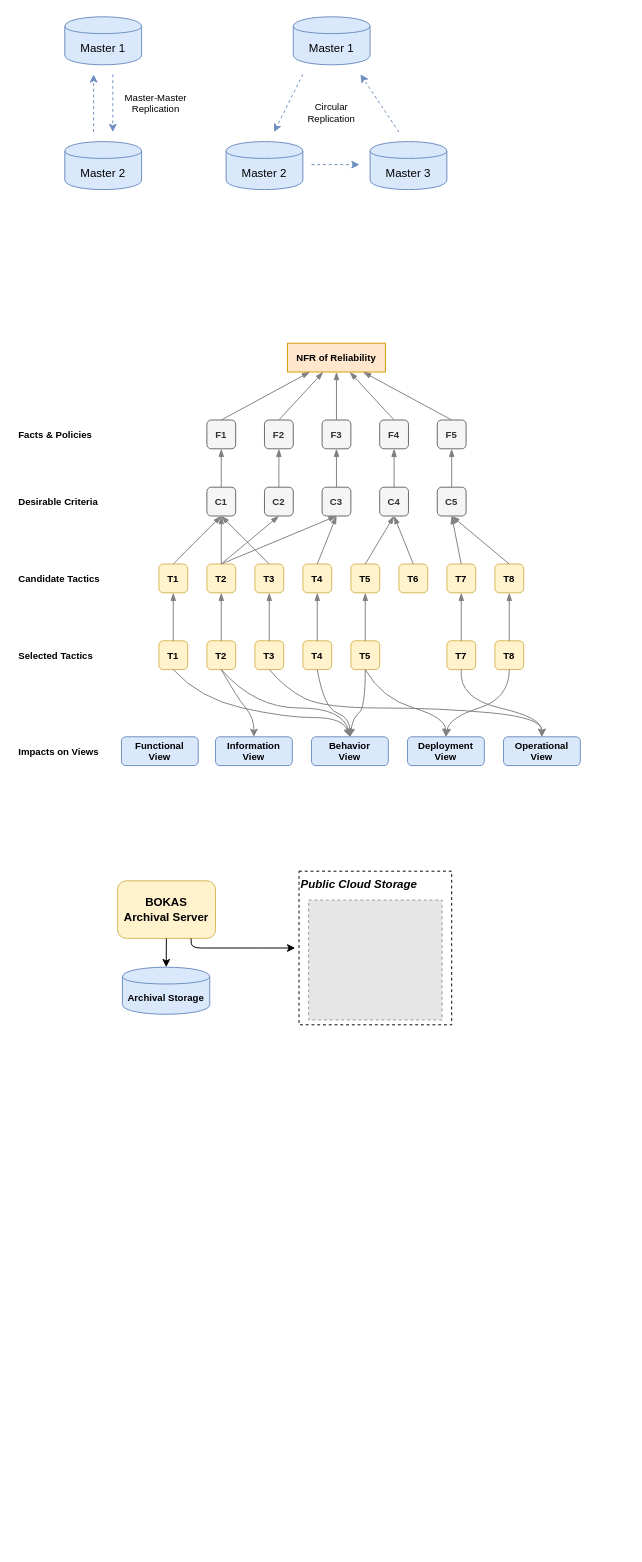
Before: page "NFR1" (11 of 11) of BOKAS.drawio in sungtaek/docs, a draw.io diagram. Source tidied: cells renumbered, new cells numbered last; positions are measured from the earlier drawing's top-left corner, leaving out a move shared by most shapes. Both pictures are drawn from the tidied source at 96%, with x=0, y=0 at pixel (16, 16). Pictures stored in the file or linked from it are replaced by grey dashed boxes.
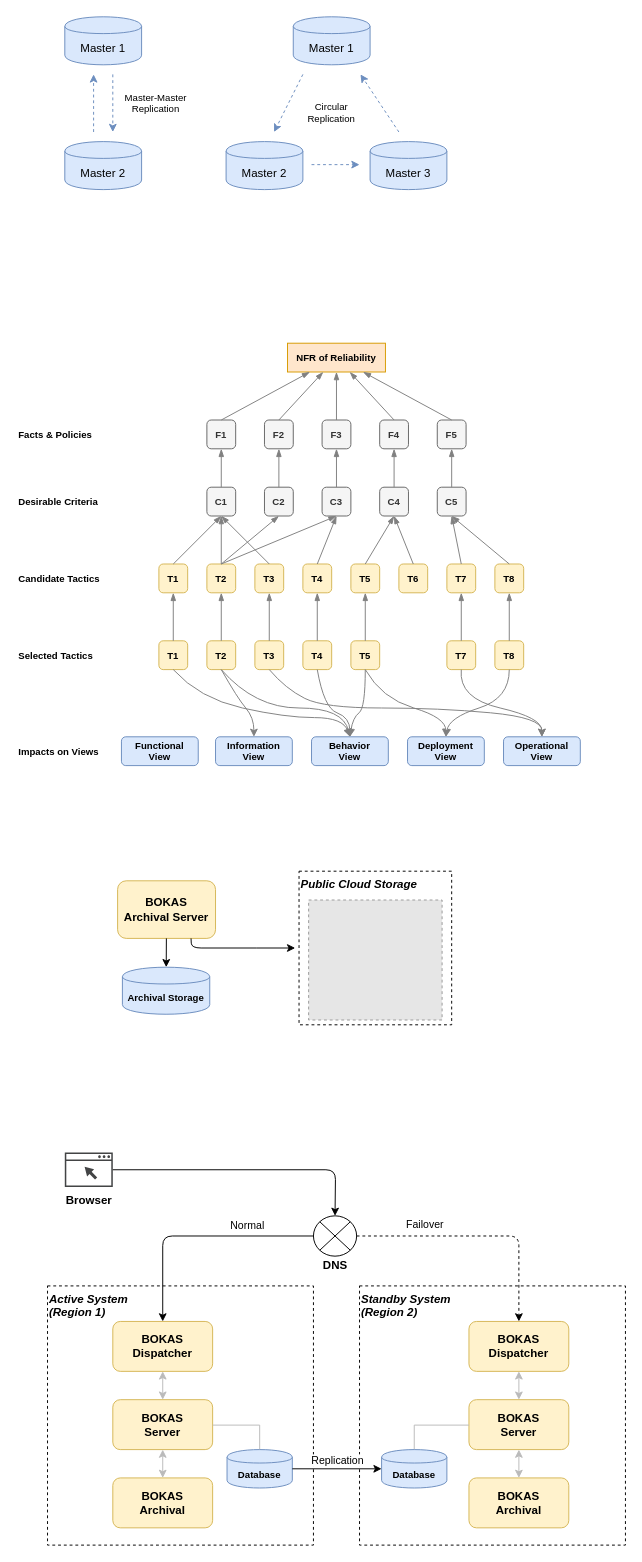
The same page after the edit.

Change to the diagram source:
```diff
@@
+    <mxCell id="92" value="&lt;i&gt;Active System&lt;br&gt;(Region 1)&lt;br&gt;&lt;/i&gt;" style="rounded=0;whiteSpace=wrap;html=1;fillColor=none;verticalAlign=top;align=left;fontStyle=1;dashed=1;" parent="1" vertex="1">
+      <mxGeometry x="32" y="1322" width="277" height="270" as="geometry" />
+    </mxCell>
@@
+    <mxCell id="93" value="&lt;font style=&quot;font-size: 12px&quot;&gt;&lt;span style=&quot;font-weight: 700 ; white-space: normal&quot;&gt;BOKAS&lt;/span&gt;&lt;br style=&quot;font-weight: 700 ; white-space: normal&quot;&gt;&lt;b&gt;Dispatcher&lt;/b&gt;&lt;br&gt;&lt;/font&gt;" style="rounded=1;whiteSpace=wrap;html=1;fillColor=#fff2cc;fontSize=10;strokeColor=#d6b656;" parent="1" vertex="1">
+      <mxGeometry x="100" y="1359" width="104" height="52" as="geometry" />
+    </mxCell>
+    <mxCell id="94" value="&lt;font style=&quot;font-size: 12px&quot;&gt;&lt;span style=&quot;font-weight: 700 ; white-space: normal&quot;&gt;BOKAS&lt;/span&gt;&lt;br style=&quot;font-weight: 700 ; white-space: normal&quot;&gt;&lt;b&gt;Server&lt;/b&gt;&lt;br&gt;&lt;/font&gt;" style="rounded=1;whiteSpace=wrap;html=1;fillColor=#fff2cc;fontSize=10;strokeColor=#d6b656;" parent="1" vertex="1">
+      <mxGeometry x="100" y="1440.5" width="104" height="52" as="geometry" />
+    </mxCell>
+    <mxCell id="95" value="&lt;font style=&quot;font-size: 12px&quot;&gt;&lt;span style=&quot;font-weight: 700 ; white-space: normal&quot;&gt;BOKAS&lt;/span&gt;&lt;br style=&quot;font-weight: 700 ; white-space: normal&quot;&gt;&lt;b&gt;Archival&lt;/b&gt;&lt;br&gt;&lt;/font&gt;" style="rounded=1;whiteSpace=wrap;html=1;fillColor=#fff2cc;fontSize=10;strokeColor=#d6b656;" parent="1" vertex="1">
+      <mxGeometry x="100" y="1522" width="104" height="52" as="geometry" />
+    </mxCell>
+    <mxCell id="96" style="edgeStyle=orthogonalEdgeStyle;rounded=0;jettySize=auto;html=1;endArrow=none;endFill=0;strokeColor=#BABABA;" parent="1" edge="1" source="97" target="94">
+      <mxGeometry relative="1" as="geometry">
+        <Array as="points">
+          <mxPoint x="253" y="1467" />
+        </Array>
+      </mxGeometry>
+    </mxCell>
+    <mxCell id="97" value="Database" style="shape=cylinder;whiteSpace=wrap;html=1;boundedLbl=1;backgroundOutline=1;fillColor=#dae8fc;align=center;rounded=1;fontSize=10;fontStyle=1;strokeColor=#6c8ebf;" parent="1" vertex="1">
+      <mxGeometry x="219" y="1492.5" width="68" height="40" as="geometry" />
+    </mxCell>
+    <mxCell id="98" style="endArrow=classic;startArrow=classic;html=1;strokeColor=#BABABA;" parent="1" edge="1" source="94" target="93">
+      <mxGeometry relative="1" as="geometry" />
+    </mxCell>
+    <mxCell id="99" style="endArrow=classic;startArrow=classic;html=1;strokeColor=#BABABA;" parent="1" edge="1" source="95" target="94">
+      <mxGeometry relative="1" as="geometry" />
+    </mxCell>
+    <mxCell id="100" value="&lt;i&gt;Standby System&lt;br&gt;(Region 2)&lt;br&gt;&lt;/i&gt;" style="rounded=0;whiteSpace=wrap;html=1;fillColor=none;verticalAlign=top;align=left;fontStyle=1;dashed=1;" parent="1" vertex="1">
+      <mxGeometry x="357" y="1322" width="277" height="270" as="geometry" />
+    </mxCell>
+    <mxCell id="101" value="&lt;font style=&quot;font-size: 12px&quot;&gt;&lt;span style=&quot;font-weight: 700 ; white-space: normal&quot;&gt;BOKAS&lt;/span&gt;&lt;br style=&quot;font-weight: 700 ; white-space: normal&quot;&gt;&lt;b&gt;Dispatcher&lt;/b&gt;&lt;br&gt;&lt;/font&gt;" style="rounded=1;whiteSpace=wrap;html=1;fillColor=#fff2cc;fontSize=10;strokeColor=#d6b656;" parent="1" vertex="1">
+      <mxGeometry x="471" y="1359" width="104" height="52" as="geometry" />
+    </mxCell>
+    <mxCell id="102" value="&lt;font style=&quot;font-size: 12px&quot;&gt;&lt;span style=&quot;font-weight: 700 ; white-space: normal&quot;&gt;BOKAS&lt;/span&gt;&lt;br style=&quot;font-weight: 700 ; white-space: normal&quot;&gt;&lt;b&gt;Server&lt;/b&gt;&lt;br&gt;&lt;/font&gt;" style="rounded=1;whiteSpace=wrap;html=1;fillColor=#fff2cc;fontSize=10;strokeColor=#d6b656;" parent="1" vertex="1">
+      <mxGeometry x="471" y="1440.5" width="104" height="52" as="geometry" />
+    </mxCell>
+    <mxCell id="103" value="&lt;font style=&quot;font-size: 12px&quot;&gt;&lt;span style=&quot;font-weight: 700 ; white-space: normal&quot;&gt;BOKAS&lt;/span&gt;&lt;br style=&quot;font-weight: 700 ; white-space: normal&quot;&gt;&lt;b&gt;Archival&lt;/b&gt;&lt;br&gt;&lt;/font&gt;" style="rounded=1;whiteSpace=wrap;html=1;fillColor=#fff2cc;fontSize=10;strokeColor=#d6b656;" parent="1" vertex="1">
+      <mxGeometry x="471" y="1522" width="104" height="52" as="geometry" />
+    </mxCell>
+    <mxCell id="104" style="edgeStyle=orthogonalEdgeStyle;rounded=0;jettySize=auto;html=1;endArrow=none;endFill=0;strokeColor=#BABABA;" parent="1" edge="1" source="105" target="102">
+      <mxGeometry relative="1" as="geometry">
+        <Array as="points">
+          <mxPoint x="414" y="1467" />
+        </Array>
+      </mxGeometry>
+    </mxCell>
+    <mxCell id="105" value="Database" style="shape=cylinder;whiteSpace=wrap;html=1;boundedLbl=1;backgroundOutline=1;fillColor=#dae8fc;align=center;rounded=1;fontSize=10;fontStyle=1;strokeColor=#6c8ebf;" parent="1" vertex="1">
+      <mxGeometry x="380" y="1492.5" width="68" height="40" as="geometry" />
+    </mxCell>
+    <mxCell id="106" style="endArrow=classic;startArrow=classic;html=1;strokeColor=#BABABA;" parent="1" edge="1" source="102" target="101">
+      <mxGeometry relative="1" as="geometry" />
+    </mxCell>
+    <mxCell id="107" style="endArrow=classic;startArrow=classic;html=1;strokeColor=#BABABA;" parent="1" edge="1" source="103" target="102">
+      <mxGeometry relative="1" as="geometry" />
+    </mxCell>
+    <mxCell id="108" style="shape=sumEllipse;perimeter=ellipsePerimeter;whiteSpace=wrap;html=1;backgroundOutline=1;fillColor=none;align=left;" parent="1" vertex="1">
+      <mxGeometry x="309" y="1249" width="45" height="42" as="geometry" />
+    </mxCell>
+    <mxCell id="109" value="Replication" style="endArrow=classic;html=1;strokeColor=#000000;" parent="1" edge="1" source="97" target="105">
+      <mxGeometry x="0.01" y="10" relative="1" as="geometry">
+        <mxPoint y="1" as="offset" />
+      </mxGeometry>
+    </mxCell>
+    <mxCell id="110" value="&lt;b&gt;DNS&lt;/b&gt;" style="text;html=1;strokeColor=none;fillColor=none;align=center;verticalAlign=middle;whiteSpace=wrap;rounded=0;" parent="1" vertex="1">
+      <mxGeometry x="312" y="1291" width="40" height="20" as="geometry" />
+    </mxCell>
+    <mxCell id="111" value="&lt;b&gt;Browser&lt;/b&gt;" style="shadow=0;dashed=0;html=1;strokeColor=none;fillColor=#434445;labelPosition=center;verticalLabelPosition=bottom;verticalAlign=top;align=center;outlineConnect=0;shape=mxgraph.vvd.web_browser;" parent="1" vertex="1">
+      <mxGeometry x="50" y="1183" width="50" height="36" as="geometry" />
+    </mxCell>
+    <mxCell id="112" value="Failover" style="endArrow=classic;html=1;strokeColor=#000000;exitX=1;exitY=0.5;exitDx=0;exitDy=0;dashed=1;" parent="1" edge="1" source="108" target="101">
+      <mxGeometry x="-0.45" y="12" relative="1" as="geometry">
+        <Array as="points">
+          <mxPoint x="523" y="1270" />
+        </Array>
+      </mxGeometry>
+    </mxCell>
+    <mxCell id="113" style="endArrow=classic;html=1;strokeColor=#000000;entryX=0.5;entryY=0;entryDx=0;entryDy=0;" parent="1" edge="1" source="111" target="108">
+      <mxGeometry x="0.01" y="10" relative="1" as="geometry">
+        <Array as="points">
+          <mxPoint x="332" y="1201" />
+        </Array>
+        <mxPoint y="1" as="offset" />
+      </mxGeometry>
+    </mxCell>
+    <mxCell id="114" value="Normal" style="endArrow=classic;html=1;strokeColor=#000000;exitX=0;exitY=0.5;exitDx=0;exitDy=0;" parent="1" edge="1" source="108" target="93">
+      <mxGeometry x="-0.44" y="-11" relative="1" as="geometry">
+        <Array as="points">
+          <mxPoint x="152" y="1270" />
+        </Array>
+      </mxGeometry>
+    </mxCell>
```
